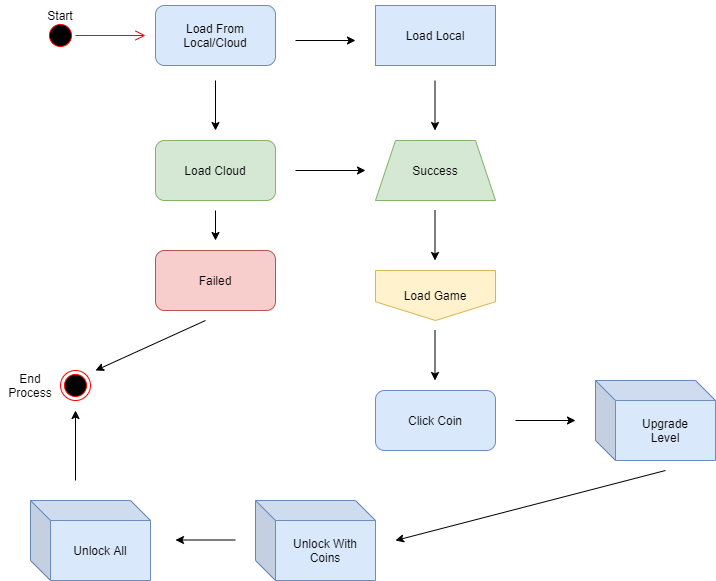
The draw.io diagram Activity Diagram.drawio.png in andreasmarbun14/Diagram-Draw-io, before a commit. Source tidied: cells renumbered, new cells last; positions are measured from the earlier drawing's top-left corner, leaving out a move shared by most shapes.
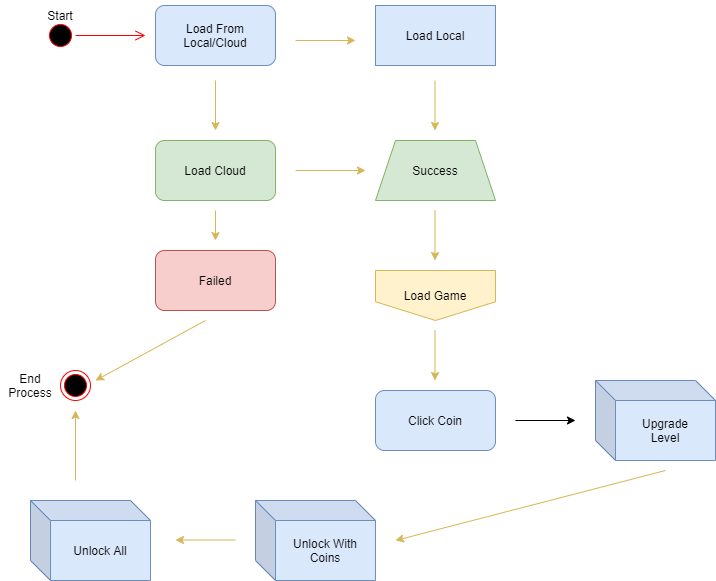
The same file after the commit.

What changed in the source:
```diff
@@ -16,7 +16,7 @@
     <mxCell id="5" value="Load From Local/Cloud" style="rounded=1;whiteSpace=wrap;html=1;fillColor=#dae8fc;strokeColor=#6c8ebf;" parent="1" vertex="1">
       <mxGeometry x="155" y="5" width="120" height="60" as="geometry" />
     </mxCell>
-    <mxCell id="6" style="endArrow=classic;html=1;rounded=0;" parent="1" edge="1">
+    <mxCell id="6" style="endArrow=classic;html=1;rounded=0;fillColor=#fff2cc;strokeColor=#d6b656;" parent="1" edge="1">
       <mxGeometry relative="1" as="geometry">
         <mxPoint x="215" y="80" as="sourcePoint" />
         <mxPoint x="215" y="130" as="targetPoint" />
@@ -25,7 +25,7 @@
     <mxCell id="7" value="Load Cloud" style="rounded=1;whiteSpace=wrap;html=1;fillColor=#d5e8d4;strokeColor=#82b366;" parent="1" vertex="1">
       <mxGeometry x="155" y="140" width="120" height="60" as="geometry" />
     </mxCell>
-    <mxCell id="8" style="edgeStyle=none;rounded=0;orthogonalLoop=1;jettySize=auto;html=1;" parent="1" edge="1">
+    <mxCell id="8" style="edgeStyle=none;rounded=0;orthogonalLoop=1;jettySize=auto;html=1;fillColor=#fff2cc;strokeColor=#d6b656;" parent="1" edge="1">
       <mxGeometry relative="1" as="geometry">
         <mxPoint x="295" y="170" as="sourcePoint" />
         <mxPoint x="365" y="170" as="targetPoint" />
@@ -37,7 +37,7 @@
     <mxCell id="10" value="Failed" style="rounded=1;whiteSpace=wrap;html=1;fillColor=#f8cecc;strokeColor=#b85450;" parent="1" vertex="1">
       <mxGeometry x="155" y="250" width="120" height="60" as="geometry" />
     </mxCell>
-    <mxCell id="11" style="edgeStyle=none;rounded=0;orthogonalLoop=1;jettySize=auto;html=1;" parent="1" edge="1">
+    <mxCell id="11" style="edgeStyle=none;rounded=0;orthogonalLoop=1;jettySize=auto;html=1;fillColor=#fff2cc;strokeColor=#d6b656;" parent="1" edge="1">
       <mxGeometry relative="1" as="geometry">
         <mxPoint x="215" y="210" as="sourcePoint" />
         <mxPoint x="215" y="240" as="targetPoint" />
@@ -46,13 +46,13 @@
     <mxCell id="12" value="Load Local" style="rounded=0;whiteSpace=wrap;html=1;fillColor=#dae8fc;strokeColor=#6c8ebf;" parent="1" vertex="1">
       <mxGeometry x="375" y="5" width="120" height="60" as="geometry" />
     </mxCell>
-    <mxCell id="13" style="edgeStyle=none;rounded=0;orthogonalLoop=1;jettySize=auto;html=1;" parent="1" edge="1">
+    <mxCell id="13" style="edgeStyle=none;rounded=0;orthogonalLoop=1;jettySize=auto;html=1;fillColor=#fff2cc;strokeColor=#d6b656;" parent="1" edge="1">
       <mxGeometry relative="1" as="geometry">
         <mxPoint x="295" y="40" as="sourcePoint" />
         <mxPoint x="355" y="40" as="targetPoint" />
       </mxGeometry>
     </mxCell>
-    <mxCell id="14" style="endArrow=classic;html=1;rounded=0;" parent="1" edge="1">
+    <mxCell id="14" style="endArrow=classic;html=1;rounded=0;fillColor=#fff2cc;strokeColor=#d6b656;" parent="1" edge="1">
       <mxGeometry relative="1" as="geometry">
         <mxPoint x="434.5" y="80" as="sourcePoint" />
         <mxPoint x="434.5" y="130" as="targetPoint" />
@@ -61,22 +61,22 @@
     <mxCell id="15" style="ellipse;html=1;shape=endState;fillColor=#000000;strokeColor=#ff0000;" parent="1" vertex="1">
       <mxGeometry x="60" y="370" width="30" height="30" as="geometry" />
     </mxCell>
-    <mxCell id="16" style="edgeStyle=none;rounded=0;orthogonalLoop=1;jettySize=auto;html=1;" parent="1" edge="1">
+    <mxCell id="16" style="edgeStyle=none;rounded=0;orthogonalLoop=1;jettySize=auto;html=1;fillColor=#fff2cc;strokeColor=#d6b656;" parent="1" edge="1">
       <mxGeometry relative="1" as="geometry">
         <mxPoint x="205" y="320" as="sourcePoint" />
-        <mxPoint x="95" y="370" as="targetPoint" />
+        <mxPoint x="95" y="380" as="targetPoint" />
       </mxGeometry>
     </mxCell>
     <mxCell id="17" value="Load Game" style="shape=offPageConnector;whiteSpace=wrap;html=1;fillColor=#fff2cc;strokeColor=#d6b656;" parent="1" vertex="1">
       <mxGeometry x="375" y="270" width="120" height="50" as="geometry" />
     </mxCell>
-    <mxCell id="18" style="endArrow=classic;html=1;rounded=0;" parent="1" edge="1">
+    <mxCell id="18" style="endArrow=classic;html=1;rounded=0;fillColor=#fff2cc;strokeColor=#d6b656;" parent="1" edge="1">
       <mxGeometry relative="1" as="geometry">
         <mxPoint x="434.5" y="210" as="sourcePoint" />
         <mxPoint x="434.5" y="260" as="targetPoint" />
       </mxGeometry>
     </mxCell>
-    <mxCell id="19" style="endArrow=classic;html=1;rounded=0;" parent="1" edge="1">
+    <mxCell id="19" style="endArrow=classic;html=1;rounded=0;fillColor=#fff2cc;strokeColor=#d6b656;" parent="1" edge="1">
       <mxGeometry relative="1" as="geometry">
         <mxPoint x="434.5" y="330" as="sourcePoint" />
         <mxPoint x="434.5" y="380" as="targetPoint" />
@@ -97,7 +97,7 @@
     <mxCell id="23" value="Unlock With Coins" style="shape=cube;whiteSpace=wrap;html=1;boundedLbl=1;backgroundOutline=1;darkOpacity=0.05;darkOpacity2=0.1;fillColor=#dae8fc;strokeColor=#6c8ebf;" parent="1" vertex="1">
       <mxGeometry x="255" y="500" width="120" height="80" as="geometry" />
     </mxCell>
-    <mxCell id="24" style="endArrow=classic;html=1;rounded=0;" parent="1" edge="1">
+    <mxCell id="24" style="endArrow=classic;html=1;rounded=0;fillColor=#fff2cc;strokeColor=#d6b656;" parent="1" edge="1">
       <mxGeometry relative="1" as="geometry">
         <mxPoint x="665" y="470" as="sourcePoint" />
         <mxPoint x="395" y="540" as="targetPoint" />
@@ -106,13 +106,13 @@
     <mxCell id="25" value="Unlock All" style="shape=cube;whiteSpace=wrap;html=1;boundedLbl=1;backgroundOutline=1;darkOpacity=0.05;darkOpacity2=0.1;fillColor=#dae8fc;strokeColor=#6c8ebf;" parent="1" vertex="1">
       <mxGeometry x="30" y="500" width="120" height="80" as="geometry" />
     </mxCell>
-    <mxCell id="26" style="edgeStyle=none;rounded=0;orthogonalLoop=1;jettySize=auto;html=1;" parent="1" edge="1">
+    <mxCell id="26" style="edgeStyle=none;rounded=0;orthogonalLoop=1;jettySize=auto;html=1;fillColor=#fff2cc;strokeColor=#d6b656;" parent="1" edge="1">
       <mxGeometry relative="1" as="geometry">
         <mxPoint x="235" y="539.5" as="sourcePoint" />
         <mxPoint x="175" y="539.5" as="targetPoint" />
       </mxGeometry>
     </mxCell>
-    <mxCell id="27" style="edgeStyle=none;rounded=0;orthogonalLoop=1;jettySize=auto;html=1;" parent="1" edge="1">
+    <mxCell id="27" style="edgeStyle=none;rounded=0;orthogonalLoop=1;jettySize=auto;html=1;fillColor=#fff2cc;strokeColor=#d6b656;" parent="1" edge="1">
       <mxGeometry relative="1" as="geometry">
         <mxPoint x="75" y="480" as="sourcePoint" />
         <mxPoint x="75" y="410" as="targetPoint" />
```
